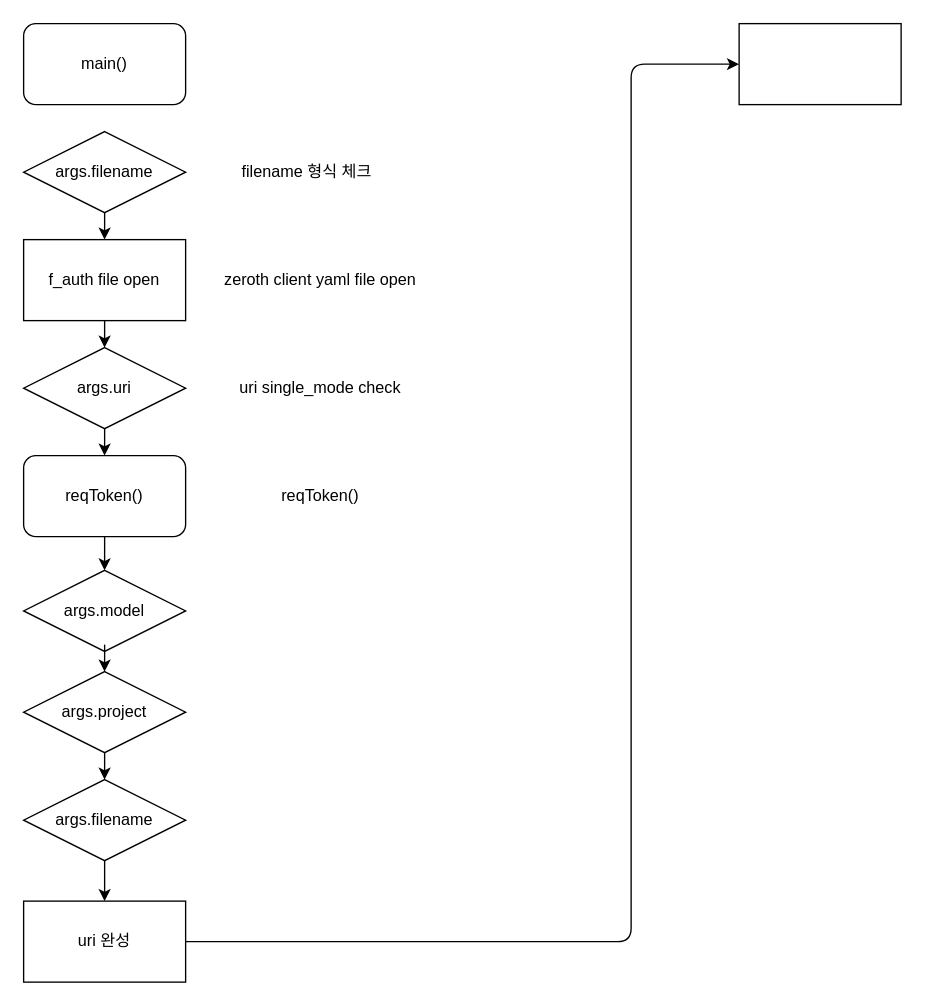
Earlier version of the draw.io diagram Untitled Diagram.drawio (BlueMush/BlueMush). Source tidied: cells renumbered, new cells numbered last; positions are measured from the earlier drawing's top-left corner, leaving out a move shared by most shapes. Both pictures are drawn from the tidied source at 135%, with x=0, y=0 at pixel (23, 23).
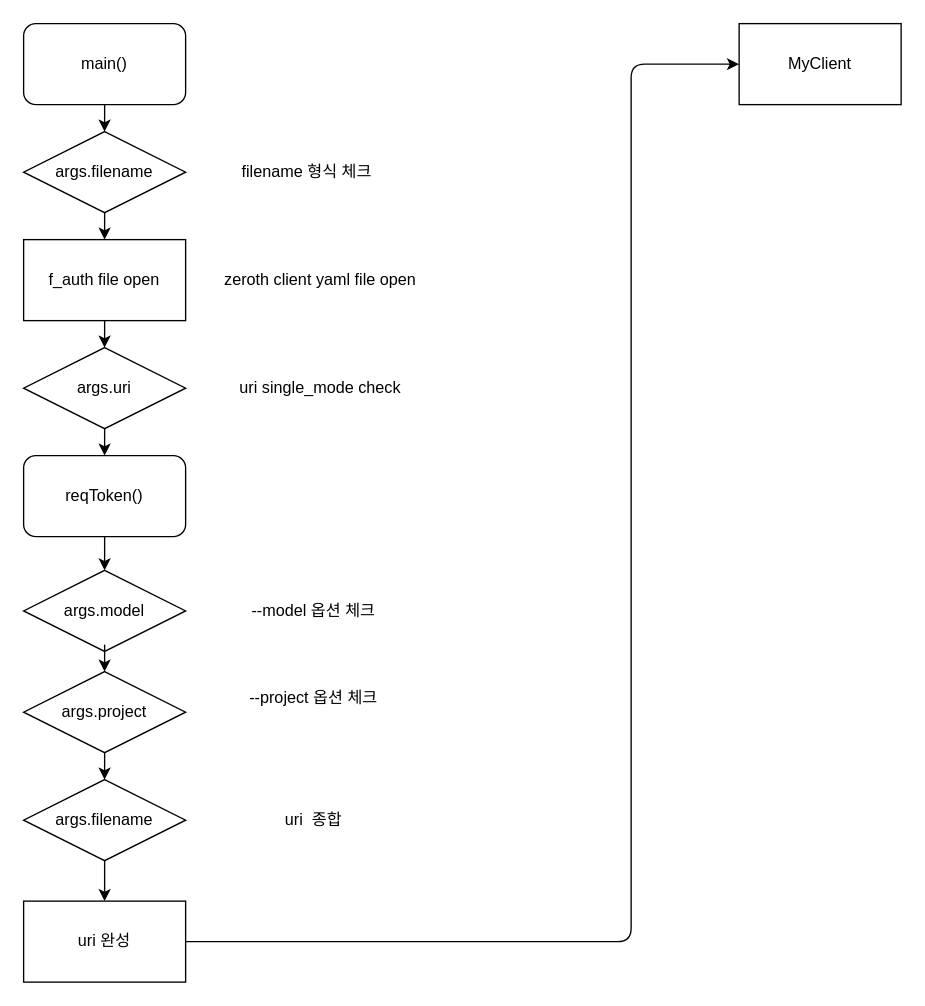
The same page after the edit.

The change refers to these unchanged cells:
```xml
<mxCell id="3" value="args.filename" style="rhombus;whiteSpace=wrap;html=1;" parent="1" vertex="1">
  <mxGeometry y="80" width="120" height="60" as="geometry" />
</mxCell>
<mxCell id="5" value="main()" style="rounded=1;whiteSpace=wrap;html=1;" parent="1" vertex="1">
  <mxGeometry width="120" height="60" as="geometry" />
</mxCell>
```

Diff of the diagram source:
```diff
@@
-    <mxCell id="18" style="rounded=0;whiteSpace=wrap;html=1;" parent="1" vertex="1">
+    <mxCell id="18" value="MyClient" style="rounded=0;whiteSpace=wrap;html=1;" parent="1" vertex="1">
       <mxGeometry x="530" width="120" height="60" as="geometry" />
     </mxCell>
@@
-    <mxCell id="23" value="reqToken()" style="text;html=1;strokeColor=none;fillColor=none;align=center;verticalAlign=middle;whiteSpace=wrap;rounded=0;" parent="1" vertex="1">
-      <mxGeometry x="140" y="340" width="160" height="20" as="geometry" />
+    <mxCell id="23" value="--model 옵션 체크" style="text;html=1;strokeColor=none;fillColor=none;align=center;verticalAlign=middle;whiteSpace=wrap;rounded=0;" parent="1" vertex="1">
+      <mxGeometry x="150" y="425" width="130" height="20" as="geometry" />
     </mxCell>
+    <mxCell id="24" style="endArrow=classic;html=1;exitX=0.5;exitY=1;exitDx=0;exitDy=0;" parent="1" edge="1" source="5" target="3">
+      <mxGeometry relative="1" as="geometry" />
+    </mxCell>
+    <mxCell id="25" value="--project 옵션 체크" style="text;html=1;strokeColor=none;fillColor=none;align=center;verticalAlign=middle;whiteSpace=wrap;rounded=0;" parent="1" vertex="1">
+      <mxGeometry x="155" y="490" width="120" height="20" as="geometry" />
+    </mxCell>
+    <mxCell id="26" value="uri&amp;nbsp; 종합" style="text;html=1;strokeColor=none;fillColor=none;align=center;verticalAlign=middle;whiteSpace=wrap;rounded=0;" parent="1" vertex="1">
+      <mxGeometry x="155" y="580" width="120" height="20" as="geometry" />
+    </mxCell>
```
